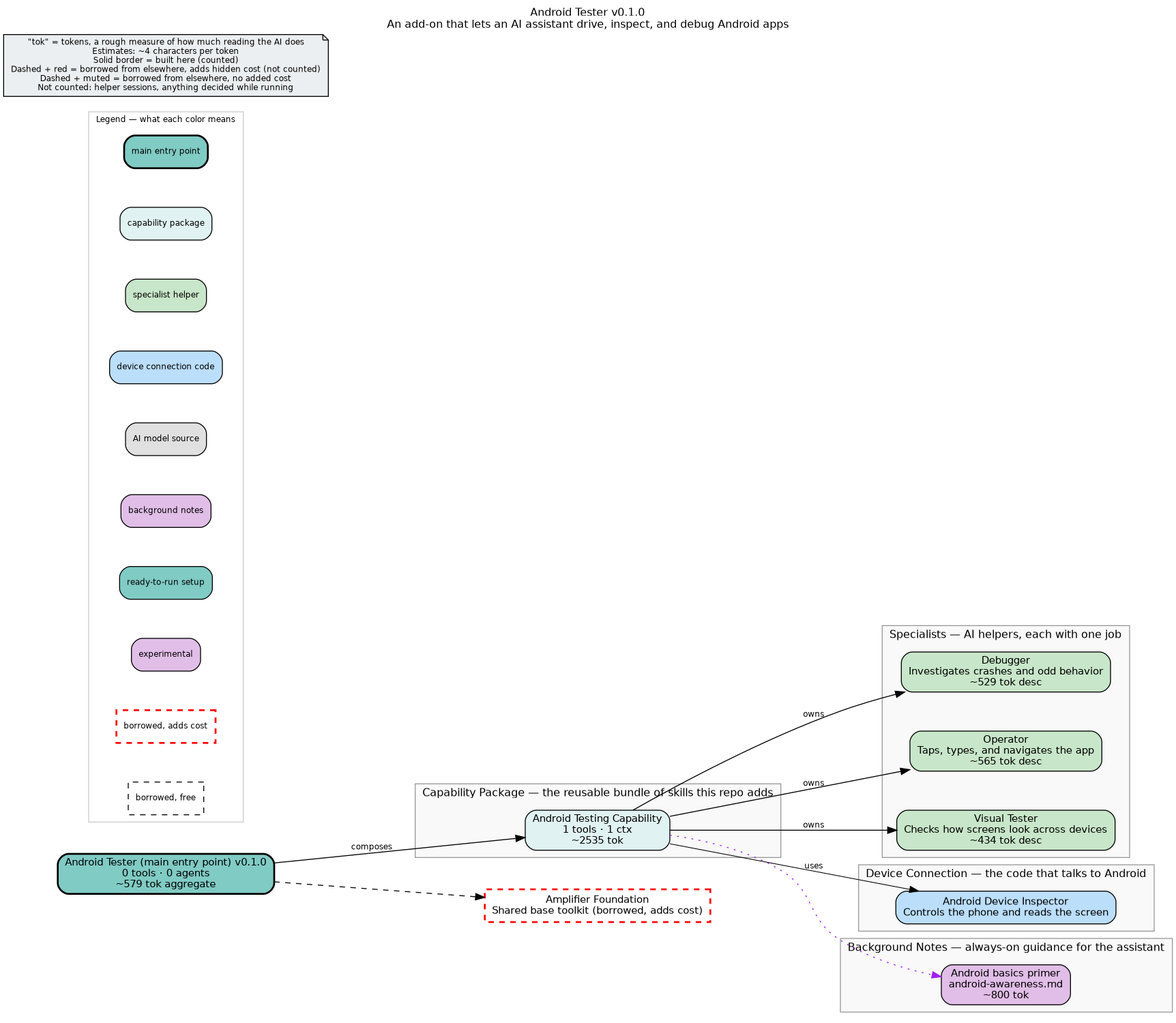
Before: bundle.png, a diagram exported from Graphviz (microsoft/amplifier-bundle-android-tester). Its source is kept beside it as bundle.dot.
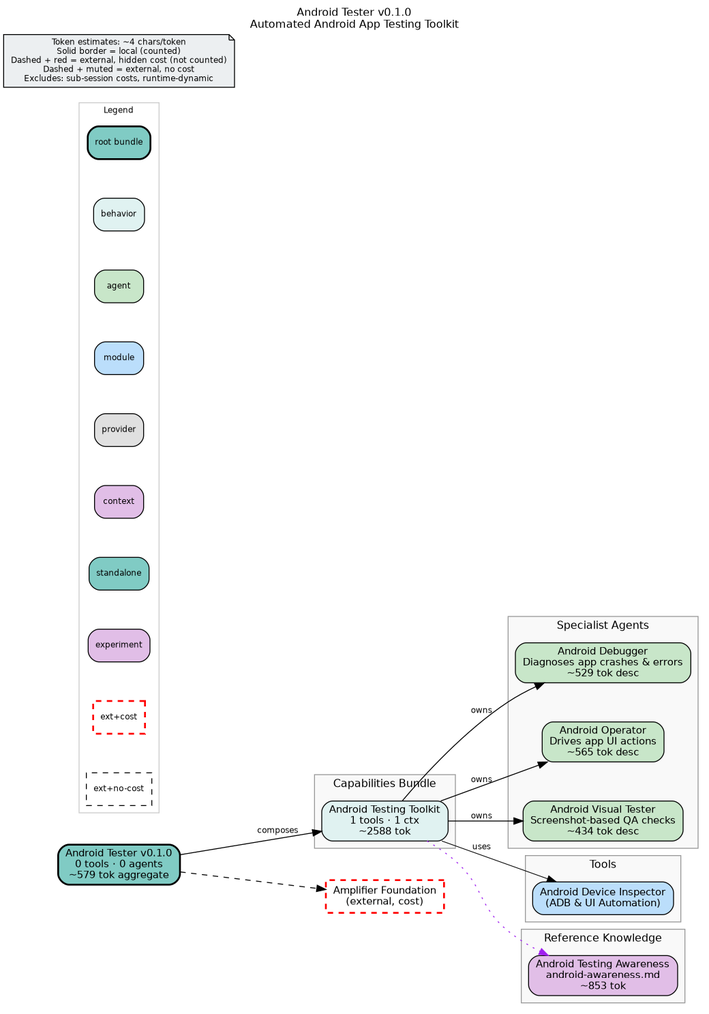
The same diagram one commit later.

Commit message:
docs: field notes from an extended real-device project (wireless adb, headless emulators, update rails, verification discipline) (#3)

The edit, as a diff of the source:
```diff
@@ -1,81 +1,80 @@
-
 digraph android_tester {
     rankdir=LR
     fontname="Helvetica"
     fontsize=12
-    label="Android Tester v0.1.0\nAn add-on that lets an AI assistant drive, inspect, and debug Android apps"
+    label="Android Tester v0.1.0\nAutomated Android App Testing Toolkit"
     labelloc=t
     labeljust=c
     nodesep=0.6
     ranksep=0.7
     bgcolor="white"
-    source_hash="38182d920f99a67543d3134903f08122009de7e2d6c54ad3c4a3fec6684d0641"
+    source_hash="90af432aef97d755ef52ab65825d6d4724c6e3672e4fb89625b39ac69959852d"
 
     node [fontname="Helvetica", fontsize=11, style="filled,rounded"]
     edge [fontname="Helvetica", fontsize=9]
 
-    root_android_tester [label="Android Tester (main entry point) v0.1.0\n0 tools · 0 agents\n~579 tok aggregate", shape=box, fillcolor="#80cbc4", style="filled,rounded,bold", penwidth=2]
+    root_android_tester [label="Android Tester v0.1.0\n0 tools · 0 agents\n~579 tok aggregate", shape=box, fillcolor="#80cbc4", style="filled,rounded,bold", penwidth=2]
 
     subgraph cluster_behaviors {
-        label="Capability Package — the reusable bundle of skills this repo adds"
+        label="Capabilities Bundle"
         style="filled"
         fillcolor="#f9f9f9"
         color="#999999"
 
-        beh_android_tester_behavior [label="Android Testing Capability\n1 tools · 1 ctx\n~2535 tok", shape=box, fillcolor="#e0f2f1", style="filled,rounded"]
+        beh_android_tester_behavior [label="Android Testing Toolkit\n1 tools · 1 ctx\n~2588 tok", shape=box, fillcolor="#e0f2f1", style="filled,rounded"]
     }
 
     subgraph cluster_agents {
-        label="Specialists — AI helpers, each with one job"
+        label="Specialist Agents"
         style="filled"
         fillcolor="#f9f9f9"
         color="#999999"
 
-        agt_android_debugger [label="Debugger\nInvestigates crashes and odd behavior\n~529 tok desc", shape=box, fillcolor="#c8e6c9", style="filled,rounded"]
-        agt_android_operator [label="Operator\nTaps, types, and navigates the app\n~565 tok desc", shape=box, fillcolor="#c8e6c9", style="filled,rounded"]
-        agt_android_visual_tester [label="Visual Tester\nChecks how screens look across devices\n~434 tok desc", shape=box, fillcolor="#c8e6c9", style="filled,rounded"]
+        agt_android_debugger [label="Android Debugger\nDiagnoses app crashes & errors\n~529 tok desc", shape=box, fillcolor="#c8e6c9", style="filled,rounded"]
+        agt_android_operator [label="Android Operator\nDrives app UI actions\n~565 tok desc", shape=box, fillcolor="#c8e6c9", style="filled,rounded"]
+        agt_android_visual_tester [label="Android Visual Tester\nScreenshot-based QA checks\n~434 tok desc", shape=box, fillcolor="#c8e6c9", style="filled,rounded"]
     }
 
     subgraph cluster_modules {
-        label="Device Connection — the code that talks to Android"
+        label="Tools"
         style="filled"
         fillcolor="#f9f9f9"
         color="#999999"
 
-        mod_tool_android_inspector [label="Android Device Inspector\nControls the phone and reads the screen", shape=box, fillcolor="#bbdefb", style="filled,rounded"]
+        mod_tool_android_inspector [label="Android Device Inspector\n(ADB & UI Automation)", shape=box, fillcolor="#bbdefb", style="filled,rounded"]
     }
 
     subgraph cluster_context {
-        label="Background Notes — always-on guidance for the assistant"
+        label="Reference Knowledge"
         style="filled"
         fillcolor="#f9f9f9"
         color="#999999"
 
-        ctx_android_awareness_md [label="Android basics primer\nandroid-awareness.md\n~800 tok", shape=box, fillcolor="#e1bee7", style="filled,rounded"]
+        ctx_android_awareness_md [label="Android Testing Awareness\nandroid-awareness.md\n~853 tok", shape=box, fillcolor="#e1bee7", style="filled,rounded"]
     }
 
     subgraph cluster_legend {
-        label="Legend — what each color means"
+        label="Legend"
         style="filled"
         fillcolor="white"
         color="#cccccc"
         fontsize=9
 
-        leg_root [label="main entry point", shape=box, fillcolor="#80cbc4", style="filled,rounded,bold", fontsize=9]
-        leg_behavior [label="capability package", shape=box, fillcolor="#e0f2f1", style="filled,rounded", fontsize=9]
-        leg_agent [label="specialist helper", shape=box, fillcolor="#c8e6c9", style="filled,rounded", fontsize=9]
-        leg_module [label="device connection code", shape=box, fillcolor="#bbdefb", style="filled,rounded", fontsize=9]
-        leg_provider [label="AI model source", shape=box, fillcolor="#e0e0e0", style="filled,rounded", fontsize=9]
-        leg_context [label="background notes", shape=box, fillcolor="#e1bee7", style="filled,rounded", fontsize=9]
-        leg_standalone [label="ready-to-run setup", shape=box, fillcolor="#80cbc4", style="filled,rounded", fontsize=9]
-        leg_experiment [label="experimental", shape=box, fillcolor="#e1bee7", style="filled,rounded", fontsize=9]
-        leg_ext_cost [label="borrowed, adds cost", shape=box, fillcolor="#80cbc4", style="dashed", color="red", penwidth=2, fontsize=9]
-        leg_ext_muted [label="borrowed, free", shape=box, fillcolor="#f5f5f5", style="dashed", fontsize=9]
+        leg_root [label="root bundle", shape=box, fillcolor="#80cbc4", style="filled,rounded,bold", fontsize=9]
+        leg_behavior [label="behavior", shape=box, fillcolor="#e0f2f1", style="filled,rounded", fontsize=9]
+        leg_agent [label="agent", shape=box, fillcolor="#c8e6c9", style="filled,rounded", fontsize=9]
+        leg_module [label="module", shape=box, fillcolor="#bbdefb", style="filled,rounded", fontsize=9]
+        leg_provider [label="provider", shape=box, fillcolor="#e0e0e0", style="filled,rounded", fontsize=9]
+        leg_context [label="context", shape=box, fillcolor="#e1bee7", style="filled,rounded", fontsize=9]
+        leg_standalone [label="standalone", shape=box, fillcolor="#80cbc4", style="filled,rounded", fontsize=9]
+        leg_experiment [label="experiment", shape=box, fillcolor="#e1bee7", style="filled,rounded", fontsize=9]
+        leg_ext_cost [label="ext+cost", shape=box, fillcolor="#80cbc4", style="dashed", color="red", penwidth=2, fontsize=9]
+        leg_ext_muted [label="ext+no-cost", shape=box, fillcolor="#f5f5f5", style="dashed", fontsize=9]
     }
 
-    disclaimer [label="\"tok\" = tokens, a rough measure of how much reading the AI does\nEstimates: ~4 characters per token\nSolid border = built here (counted)\nDashed + red = borrowed from elsewhere, adds hidden cost (not counted)\nDashed + muted = borrowed from elsewhere, no added cost\nNot counted: helper sessions, anything decided while running", shape=note, fillcolor="#eceff1", style="filled", fontsize=9]
+    disclaimer [label="Token estimates: ~4 chars/token\nSolid border = local (counted)\nDashed + red = external, hidden cost (not counted)\nDashed + muted = external, no cost\nExcludes: sub-session costs, runtime-dynamic", shape=note, fillcolor="#eceff1", style="filled", fontsize=9]
 
-    ext_githttps___github_com_microsoft_amplifier_foundation_main [label="Amplifier Foundation\nShared base toolkit (borrowed, adds cost)", shape=box, fillcolor="#80cbc4", style="dashed", color="red", penwidth=2]
+    ext_githttps___github_com_microsoft_amplifier_foundation_main [label="Amplifier Foundation\n(external, cost)", shape=box, fillcolor="#80cbc4", style="dashed", color="red", penwidth=2]
 
     root_android_tester -> ext_githttps___github_com_microsoft_amplifier_foundation_main [style=dashed]
     root_android_tester -> beh_android_tester_behavior [label="composes"]
```
